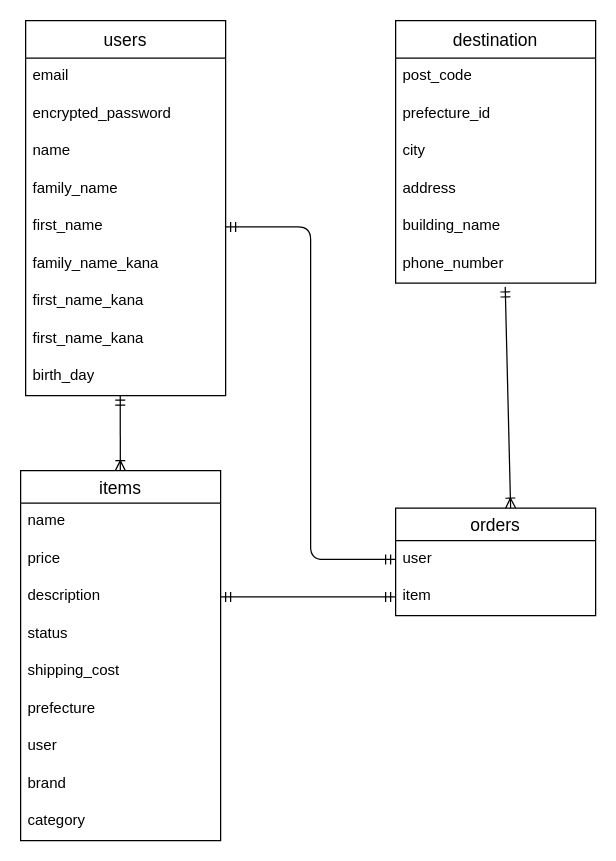
The draw.io diagram table.dio in nkubota05/furima-36196, before the edit. Source tidied: cells renumbered, new cells numbered last; positions are measured from the earlier drawing's top-left corner, leaving out a move shared by most shapes. Both pictures are drawn from the tidied source at 125%, with x=0, y=0 at pixel (20, 20).
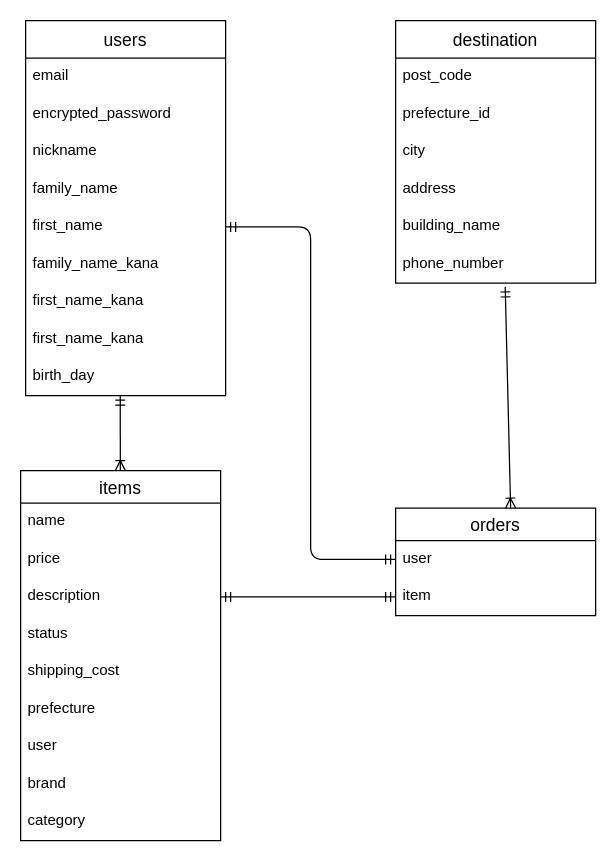
After the change.

Unchanged cells that the change refers to:
```xml
<mxCell id="2" value="users" style="swimlane;fontStyle=0;horizontal=1;startSize=30;align=center;fontSize=14;" parent="1" vertex="1">
  <mxGeometry x="4" width="160" height="300" as="geometry" />
</mxCell>
```

Change to the diagram source:
```diff
@@
-    <mxCell id="5" value="name" style="text;strokeColor=none;fillColor=none;spacingLeft=4;spacingRight=4;overflow=hidden;fontSize=12;" parent="2" vertex="1">
+    <mxCell id="5" value="nickname" style="text;strokeColor=none;fillColor=none;spacingLeft=4;spacingRight=4;overflow=hidden;fontSize=12;" parent="2" vertex="1">
       <mxGeometry y="90" width="160" height="30" as="geometry" />
     </mxCell>
```
